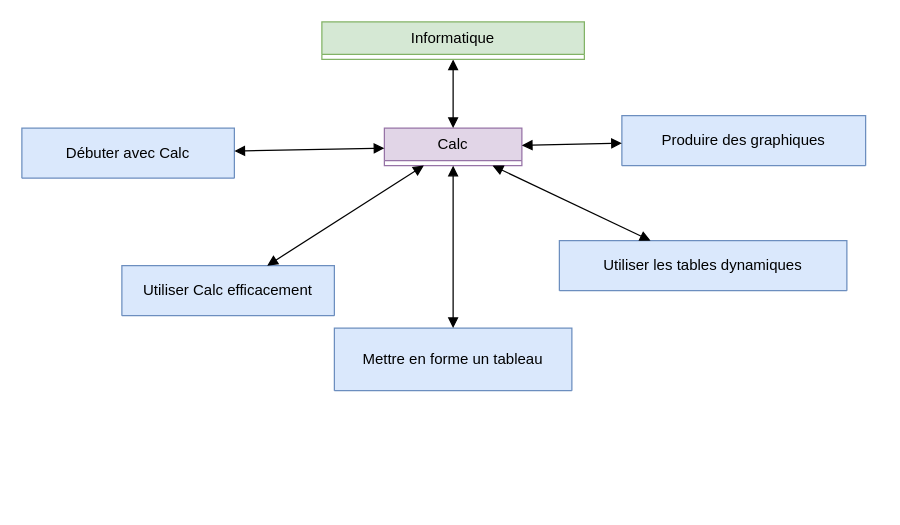
Above: Calc Simplifie.drawio in jean-seb-2106/pythontest (draw.io), before the change. Source tidied: cells renumbered, new cells numbered last; positions are measured from the earlier drawing's top-left corner, leaving out a move shared by most shapes. Both pictures are drawn from the tidied source at 125%, with x=0, y=0 at pixel (21, 21).
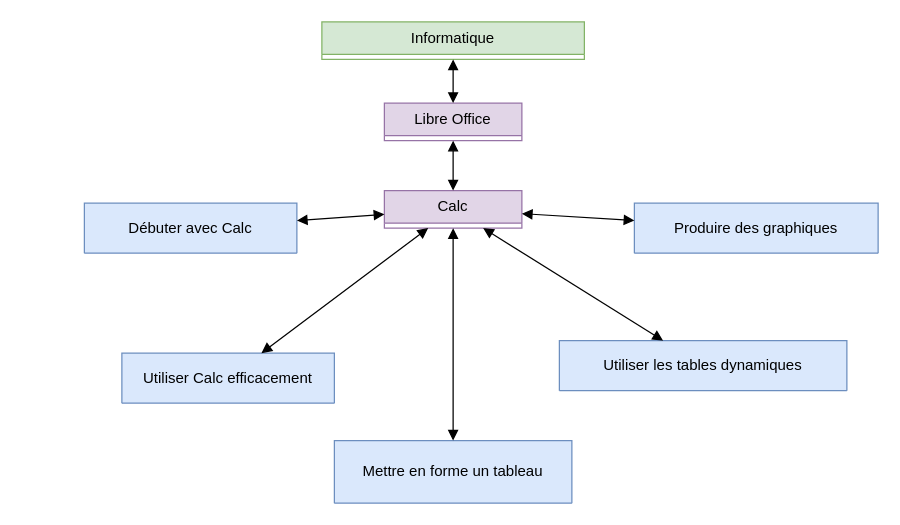
After the change.

Commit message:
Mettre à jour Calc Simplifie.drawio

Change to the diagram source:
```diff
@@
 <mxGraphModel>
   <root>
     <mxCell id="0" />
     <mxCell id="1" parent="0" />
     <mxCell id="2" value="Calc" style="swimlane;fontStyle=0;horizontal=1;startSize=26;fillColor=#e1d5e7;whiteSpace=wrap;html=1;strokeColor=#9673a6;" parent="1" vertex="1" collapsed="1">
-      <mxGeometry x="290" y="85" width="110" height="30" as="geometry" />
+      <mxGeometry x="290" y="135" width="110" height="30" as="geometry" />
     </mxCell>
-    <mxCell id="3" style="endArrow=block;startArrow=block;endFill=1;startFill=1;html=1;rounded=0;" parent="1" edge="1" source="4" target="2">
-      <mxGeometry relative="1" as="geometry" />
-    </mxCell>
     <mxCell id="4" value="Informatique" style="swimlane;fontStyle=0;horizontal=1;startSize=26;fillColor=#d5e8d4;whiteSpace=wrap;html=1;strokeColor=#82b366;" parent="1" vertex="1" collapsed="1">
       <mxGeometry x="240" width="210" height="30" as="geometry" />
     </mxCell>
     <mxCell id="5" value="Débuter avec Calc" style="swimlane;fontStyle=0;horizontal=1;startSize=40;fillColor=#dae8fc;whiteSpace=wrap;html=1;strokeColor=#6c8ebf;" parent="1" vertex="1" collapsed="1">
-      <mxGeometry y="85" width="170" height="40" as="geometry" />
+      <mxGeometry x="50" y="145" width="170" height="40" as="geometry" />
     </mxCell>
     <mxCell id="6" style="endArrow=block;startArrow=block;endFill=1;startFill=1;html=1;rounded=0;" parent="1" edge="1" source="2" target="5">
       <mxGeometry relative="1" as="geometry" />
     </mxCell>
     <mxCell id="7" value="Mettre en forme un tableau" style="swimlane;fontStyle=0;horizontal=1;startSize=50;fillColor=#dae8fc;whiteSpace=wrap;html=1;strokeColor=#6c8ebf;" parent="1" vertex="1" collapsed="1">
-      <mxGeometry x="250" y="245" width="190" height="50" as="geometry" />
+      <mxGeometry x="250" y="335" width="190" height="50" as="geometry" />
     </mxCell>
     <mxCell id="8" value="Produire des graphiques" style="swimlane;fontStyle=0;horizontal=1;startSize=40;fillColor=#dae8fc;whiteSpace=wrap;html=1;strokeColor=#6c8ebf;" parent="1" vertex="1" collapsed="1">
-      <mxGeometry x="480" y="75" width="195" height="40" as="geometry" />
+      <mxGeometry x="490" y="145" width="195" height="40" as="geometry" />
     </mxCell>
     <mxCell id="9" style="endArrow=block;startArrow=block;endFill=1;startFill=1;html=1;rounded=0;" parent="1" edge="1" source="2" target="7">
       <mxGeometry relative="1" as="geometry" />
     </mxCell>
     <mxCell id="10" style="endArrow=block;startArrow=block;endFill=1;startFill=1;html=1;rounded=0;" parent="1" edge="1" source="2" target="8">
       <mxGeometry relative="1" as="geometry" />
     </mxCell>
     <mxCell id="11" value="Utiliser les tables dynamiques" style="swimlane;fontStyle=0;horizontal=1;startSize=40;fillColor=#dae8fc;whiteSpace=wrap;html=1;strokeColor=#6c8ebf;" parent="1" vertex="1" collapsed="1">
-      <mxGeometry x="430" y="175" width="230" height="40" as="geometry" />
+      <mxGeometry x="430" y="255" width="230" height="40" as="geometry" />
     </mxCell>
     <mxCell id="12" style="endArrow=block;startArrow=block;endFill=1;startFill=1;html=1;rounded=0;" parent="1" edge="1" source="2" target="11">
       <mxGeometry relative="1" as="geometry" />
     </mxCell>
     <mxCell id="13" value="Utiliser Calc efficacement" style="swimlane;fontStyle=0;horizontal=1;startSize=40;fillColor=#dae8fc;whiteSpace=wrap;html=1;strokeColor=#6c8ebf;" parent="1" vertex="1" collapsed="1">
-      <mxGeometry x="80" y="195" width="170" height="40" as="geometry" />
+      <mxGeometry x="80" y="265" width="170" height="40" as="geometry" />
     </mxCell>
     <mxCell id="14" style="endArrow=block;startArrow=block;endFill=1;startFill=1;html=1;rounded=0;" parent="1" edge="1" source="2" target="13">
       <mxGeometry relative="1" as="geometry" />
     </mxCell>
+    <mxCell id="15" value="Libre Office" style="swimlane;fontStyle=0;horizontal=1;startSize=26;fillColor=#e1d5e7;whiteSpace=wrap;html=1;strokeColor=#9673a6;" parent="1" vertex="1" collapsed="1">
+      <mxGeometry x="290" y="65" width="110" height="30" as="geometry" />
+    </mxCell>
+    <mxCell id="16" style="endArrow=block;startArrow=block;endFill=1;startFill=1;html=1;rounded=0;" parent="1" edge="1" source="4" target="15">
+      <mxGeometry relative="1" as="geometry" />
+    </mxCell>
+    <mxCell id="17" style="endArrow=block;startArrow=block;endFill=1;startFill=1;html=1;rounded=0;" parent="1" edge="1" source="15" target="2">
+      <mxGeometry relative="1" as="geometry" />
+    </mxCell>
   </root>
 </mxGraphModel>
```
